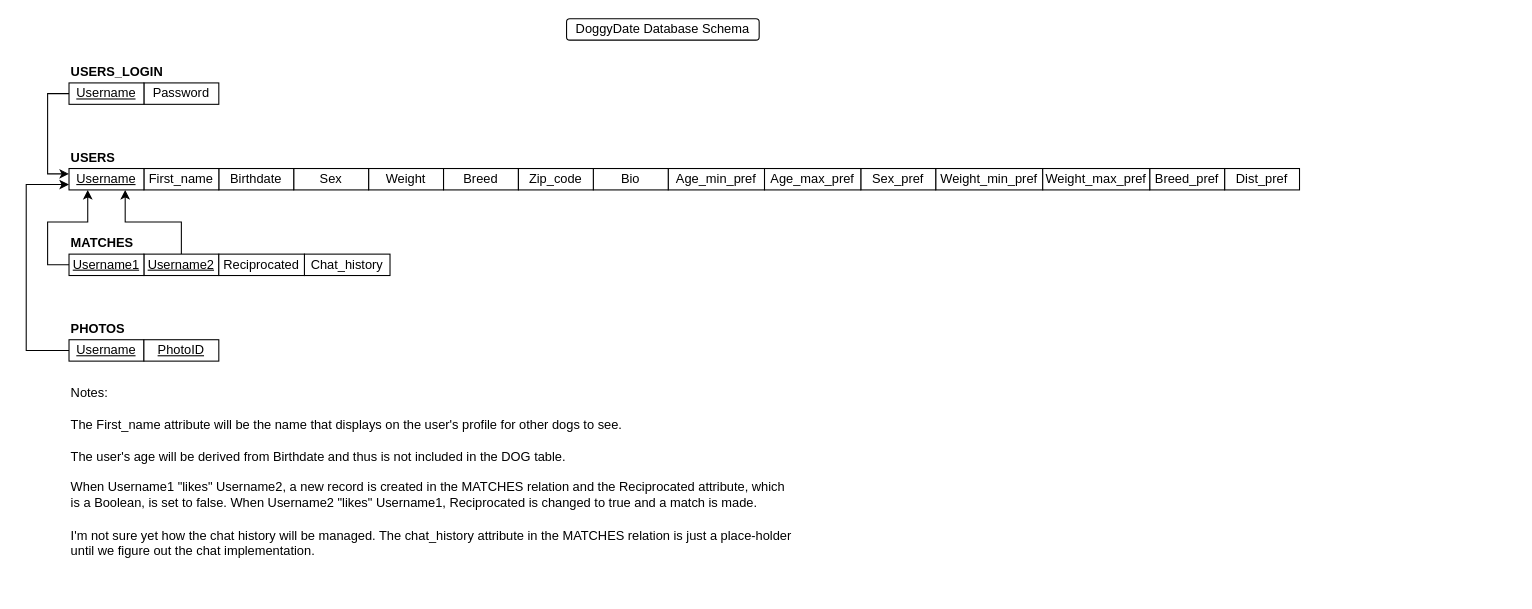
The draw.io diagram Documentation/Database-Schema_DoggyDate.drawio in joshitha14/cosc617group2, before the edit. Source tidied: cells renumbered, new cells numbered last; positions are measured from the earlier drawing's top-left corner, leaving out a move shared by most shapes. Both pictures are drawn from the tidied source at 107%, with x=0, y=0 at pixel (26, 18).
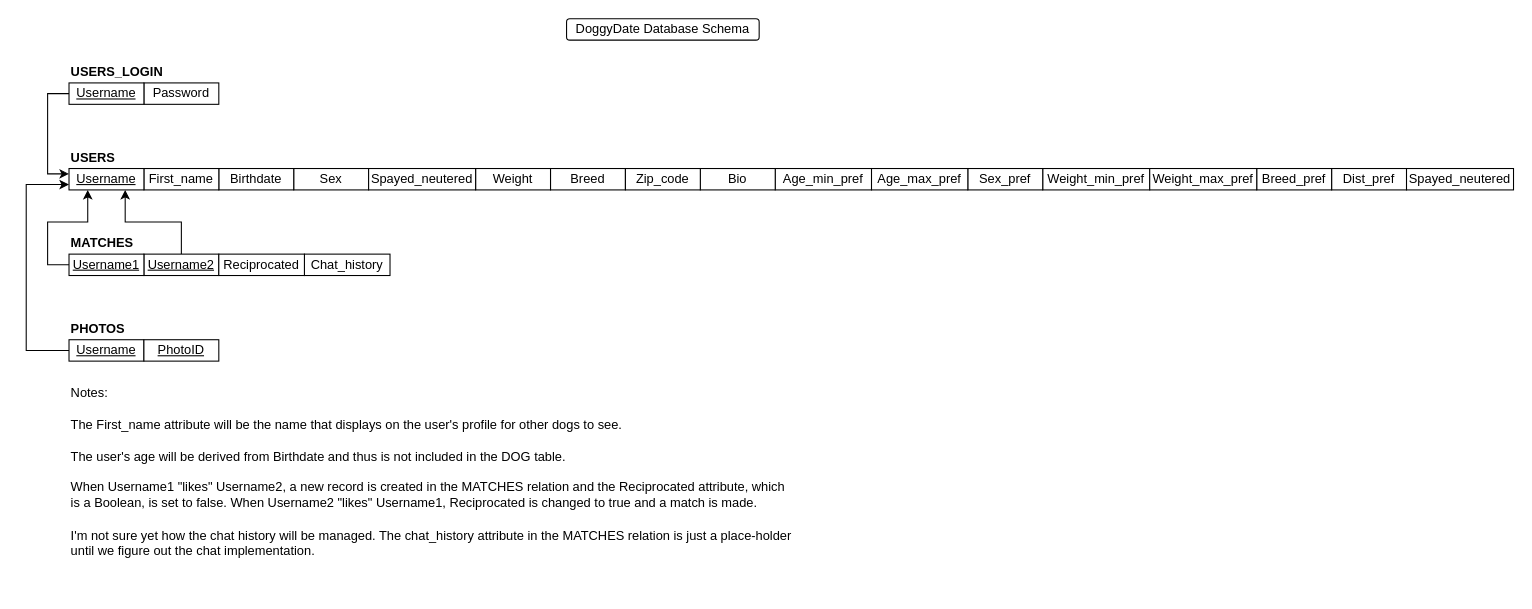
After the change.

Change to the diagram source:
```diff
@@
     <mxCell id="3" value="Dist_pref" style="rounded=0;whiteSpace=wrap;html=1;" parent="1" vertex="1">
-      <mxGeometry x="1120" y="140" width="70" height="20" as="geometry" />
+      <mxGeometry x="1220" y="140" width="70" height="20" as="geometry" />
     </mxCell>
     <mxCell id="4" value="Breed_pref" style="rounded=0;whiteSpace=wrap;html=1;" parent="1" vertex="1">
-      <mxGeometry x="1050" y="140" width="70" height="20" as="geometry" />
+      <mxGeometry x="1150" y="140" width="70" height="20" as="geometry" />
     </mxCell>
     <mxCell id="5" value="Weight_min_pref" style="rounded=0;whiteSpace=wrap;html=1;" parent="1" vertex="1">
-      <mxGeometry x="850" y="140" width="100" height="20" as="geometry" />
+      <mxGeometry x="950" y="140" width="100" height="20" as="geometry" />
     </mxCell>
     <mxCell id="6" value="Sex_pref" style="rounded=0;whiteSpace=wrap;html=1;" parent="1" vertex="1">
-      <mxGeometry x="780" y="140" width="70" height="20" as="geometry" />
+      <mxGeometry x="880" y="140" width="70" height="20" as="geometry" />
     </mxCell>
     <mxCell id="7" value="Age_min_pref" style="rounded=0;whiteSpace=wrap;html=1;" parent="1" vertex="1">
-      <mxGeometry x="600" y="140" width="90" height="20" as="geometry" />
+      <mxGeometry x="700" y="140" width="90" height="20" as="geometry" />
     </mxCell>
@@
     <mxCell id="10" value="Bio" style="rounded=0;whiteSpace=wrap;html=1;" parent="1" vertex="1">
-      <mxGeometry x="530" y="140" width="70" height="20" as="geometry" />
+      <mxGeometry x="630" y="140" width="70" height="20" as="geometry" />
     </mxCell>
     <mxCell id="11" value="Breed" style="rounded=0;whiteSpace=wrap;html=1;" parent="1" vertex="1">
-      <mxGeometry x="390" y="140" width="70" height="20" as="geometry" />
+      <mxGeometry x="490" y="140" width="70" height="20" as="geometry" />
     </mxCell>
     <mxCell id="12" value="Weight" style="rounded=0;whiteSpace=wrap;html=1;" parent="1" vertex="1">
-      <mxGeometry x="320" y="140" width="70" height="20" as="geometry" />
+      <mxGeometry x="420" y="140" width="70" height="20" as="geometry" />
     </mxCell>
@@
     <mxCell id="14" value="Zip_code" style="rounded=0;whiteSpace=wrap;html=1;" parent="1" vertex="1">
-      <mxGeometry x="460" y="140" width="70" height="20" as="geometry" />
+      <mxGeometry x="560" y="140" width="70" height="20" as="geometry" />
     </mxCell>
@@
     <mxCell id="37" value="Age_max_pref" style="rounded=0;whiteSpace=wrap;html=1;" parent="1" vertex="1">
-      <mxGeometry x="690" y="140" width="90" height="20" as="geometry" />
+      <mxGeometry x="790" y="140" width="90" height="20" as="geometry" />
     </mxCell>
     <mxCell id="38" value="Weight_max_pref" style="rounded=0;whiteSpace=wrap;html=1;" parent="1" vertex="1">
-      <mxGeometry x="950" y="140" width="100" height="20" as="geometry" />
+      <mxGeometry x="1050" y="140" width="100" height="20" as="geometry" />
     </mxCell>
+    <mxCell id="39" value="Spayed_neutered" style="rounded=0;whiteSpace=wrap;html=1;" parent="1" vertex="1">
+      <mxGeometry x="1290" y="140" width="100" height="20" as="geometry" />
+    </mxCell>
+    <mxCell id="40" value="Spayed_neutered" style="rounded=0;whiteSpace=wrap;html=1;" parent="1" vertex="1">
+      <mxGeometry x="320" y="140" width="100" height="20" as="geometry" />
+    </mxCell>
```
